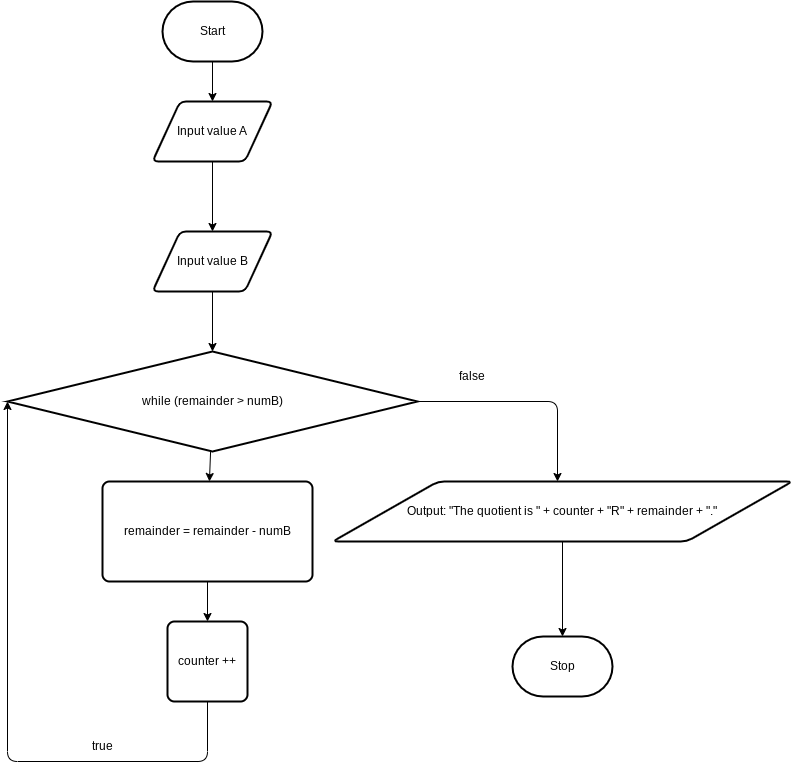
Earlier version of the draw.io export design/flow-chart.png (Claire-Bedrossian/ICS2O-Unit5-08-JS). Source tidied: cells renumbered, new cells last; positions are measured from the earlier drawing's top-left corner, leaving out a move shared by most shapes.
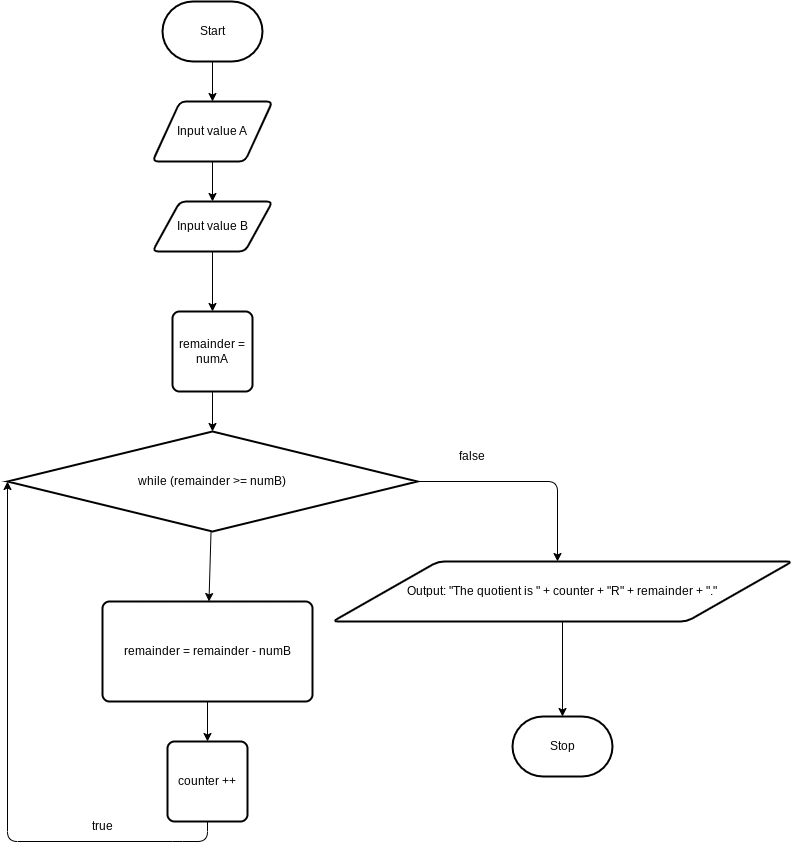
The same diagram one commit later.

Change to the diagram source:
```diff
@@ -14,62 +14,71 @@
     <mxCell id="5" value="Input value A" style="shape=parallelogram;html=1;strokeWidth=2;perimeter=parallelogramPerimeter;whiteSpace=wrap;rounded=1;arcSize=12;size=0.23;" parent="1" vertex="1">
       <mxGeometry x="145" y="100" width="120" height="60" as="geometry" />
     </mxCell>
-    <mxCell id="6" style="edgeStyle=none;html=1;entryX=0.5;entryY=0;entryDx=0;entryDy=0;entryPerimeter=0;" parent="1" edge="1" source="7" target="10">
-      <mxGeometry relative="1" as="geometry" />
-    </mxCell>
+    <mxCell id="21" style="edgeStyle=none;html=1;" parent="1" edge="1" source="7" target="23">
+      <mxGeometry relative="1" as="geometry" />
+    </mxCell>
     <mxCell id="7" value="Input value B" style="shape=parallelogram;html=1;strokeWidth=2;perimeter=parallelogramPerimeter;whiteSpace=wrap;rounded=1;arcSize=12;size=0.23;" parent="1" vertex="1">
-      <mxGeometry x="145" y="230" width="120" height="60" as="geometry" />
+      <mxGeometry x="145" y="200" width="120" height="50" as="geometry" />
     </mxCell>
     <mxCell id="8" style="edgeStyle=none;html=1;" parent="1" edge="1" source="10" target="12">
       <mxGeometry relative="1" as="geometry" />
     </mxCell>
     <mxCell id="9" style="edgeStyle=none;html=1;entryX=0.5;entryY=0;entryDx=0;entryDy=0;entryPerimeter=0;exitX=1;exitY=0.5;exitDx=0;exitDy=0;exitPerimeter=0;" parent="1" edge="1" source="10">
       <mxGeometry relative="1" as="geometry">
-        <mxPoint x="550" y="480" as="targetPoint" />
+        <mxPoint x="550" y="560" as="targetPoint" />
         <Array as="points">
-          <mxPoint x="550" y="400" />
+          <mxPoint x="550" y="480" />
         </Array>
       </mxGeometry>
     </mxCell>
-    <mxCell id="10" value="while (remainder &amp;gt; numB)" style="strokeWidth=2;html=1;shape=mxgraph.flowchart.decision;whiteSpace=wrap;" parent="1" vertex="1">
-      <mxGeometry y="350" width="410" height="100" as="geometry" />
+    <mxCell id="10" value="while (remainder &amp;gt;= numB)" style="strokeWidth=2;html=1;shape=mxgraph.flowchart.decision;whiteSpace=wrap;" parent="1" vertex="1">
+      <mxGeometry y="430" width="410" height="100" as="geometry" />
     </mxCell>
     <mxCell id="11" style="edgeStyle=none;html=1;entryX=0.5;entryY=0;entryDx=0;entryDy=0;" parent="1" edge="1" source="12" target="14">
       <mxGeometry relative="1" as="geometry" />
     </mxCell>
     <mxCell id="12" value="remainder = remainder - numB" style="rounded=1;whiteSpace=wrap;html=1;absoluteArcSize=1;arcSize=14;strokeWidth=2;" parent="1" vertex="1">
-      <mxGeometry x="95" y="480" width="210" height="100" as="geometry" />
+      <mxGeometry x="95" y="600" width="210" height="100" as="geometry" />
     </mxCell>
     <mxCell id="13" style="edgeStyle=none;html=1;entryX=0;entryY=0.5;entryDx=0;entryDy=0;entryPerimeter=0;" parent="1" edge="1" source="14" target="10">
       <mxGeometry relative="1" as="geometry">
         <Array as="points">
-          <mxPoint x="200" y="760" />
-          <mxPoint y="760" />
+          <mxPoint x="200" y="840" />
+          <mxPoint x="175" y="840" />
+          <mxPoint y="840" />
         </Array>
       </mxGeometry>
     </mxCell>
     <mxCell id="14" value="counter ++" style="rounded=1;whiteSpace=wrap;html=1;absoluteArcSize=1;arcSize=14;strokeWidth=2;" parent="1" vertex="1">
-      <mxGeometry x="160" y="620" width="80" height="80" as="geometry" />
+      <mxGeometry x="160" y="740" width="80" height="80" as="geometry" />
     </mxCell>
-    <mxCell id="15" style="edgeStyle=none;html=1;entryX=0.5;entryY=0;entryDx=0;entryDy=0;entryPerimeter=0;exitX=0.5;exitY=1;exitDx=0;exitDy=0;" parent="1" edge="1" source="20" target="17">
-      <mxGeometry relative="1" as="geometry" />
+    <mxCell id="15" style="edgeStyle=none;html=1;entryX=0.5;entryY=0;entryDx=0;entryDy=0;entryPerimeter=0;exitX=0.5;exitY=1;exitDx=0;exitDy=0;" parent="1" edge="1" target="17">
+      <mxGeometry relative="1" as="geometry">
+        <mxPoint x="555" y="620" as="sourcePoint" />
+      </mxGeometry>
     </mxCell>
     <mxCell id="16" style="edgeStyle=none;html=1;exitX=0.5;exitY=1;exitDx=0;exitDy=0;exitPerimeter=0;entryX=0.25;entryY=1;entryDx=0;entryDy=0;" parent="1" edge="1" source="17">
       <mxGeometry relative="1" as="geometry">
-        <mxPoint x="570" y="680" as="targetPoint" />
+        <mxPoint x="570" y="760" as="targetPoint" />
       </mxGeometry>
     </mxCell>
     <mxCell id="17" value="Stop" style="strokeWidth=2;html=1;shape=mxgraph.flowchart.terminator;whiteSpace=wrap;" parent="1" vertex="1">
-      <mxGeometry x="505" y="635" width="100" height="60" as="geometry" />
+      <mxGeometry x="505" y="715" width="100" height="60" as="geometry" />
     </mxCell>
     <mxCell id="18" value="false" style="text;html=1;strokeColor=none;fillColor=none;align=center;verticalAlign=middle;whiteSpace=wrap;rounded=0;" parent="1" vertex="1">
-      <mxGeometry x="435" y="360" width="60" height="30" as="geometry" />
+      <mxGeometry x="435" y="440" width="60" height="30" as="geometry" />
     </mxCell>
     <mxCell id="19" value="true" style="text;html=1;strokeColor=none;fillColor=none;align=center;verticalAlign=middle;whiteSpace=wrap;rounded=0;" parent="1" vertex="1">
-      <mxGeometry x="65" y="730" width="60" height="30" as="geometry" />
+      <mxGeometry x="65" y="810" width="60" height="30" as="geometry" />
     </mxCell>
     <mxCell id="20" value="Output: &quot;The quotient is &quot; + counter + &quot;R&quot; + remainder + &quot;.&quot;" style="shape=parallelogram;html=1;strokeWidth=2;perimeter=parallelogramPerimeter;whiteSpace=wrap;rounded=1;arcSize=12;size=0.23;" parent="1" vertex="1">
-      <mxGeometry x="325" y="480" width="460" height="60" as="geometry" />
+      <mxGeometry x="325" y="560" width="460" height="60" as="geometry" />
     </mxCell>
+    <mxCell id="22" style="edgeStyle=none;html=1;entryX=0.5;entryY=0;entryDx=0;entryDy=0;entryPerimeter=0;" parent="1" edge="1" source="23" target="10">
+      <mxGeometry relative="1" as="geometry" />
+    </mxCell>
+    <mxCell id="23" value="remainder = numA" style="rounded=1;whiteSpace=wrap;html=1;absoluteArcSize=1;arcSize=14;strokeWidth=2;" parent="1" vertex="1">
+      <mxGeometry x="165" y="310" width="80" height="80" as="geometry" />
+    </mxCell>
   </root>
 </mxGraphModel>
```
